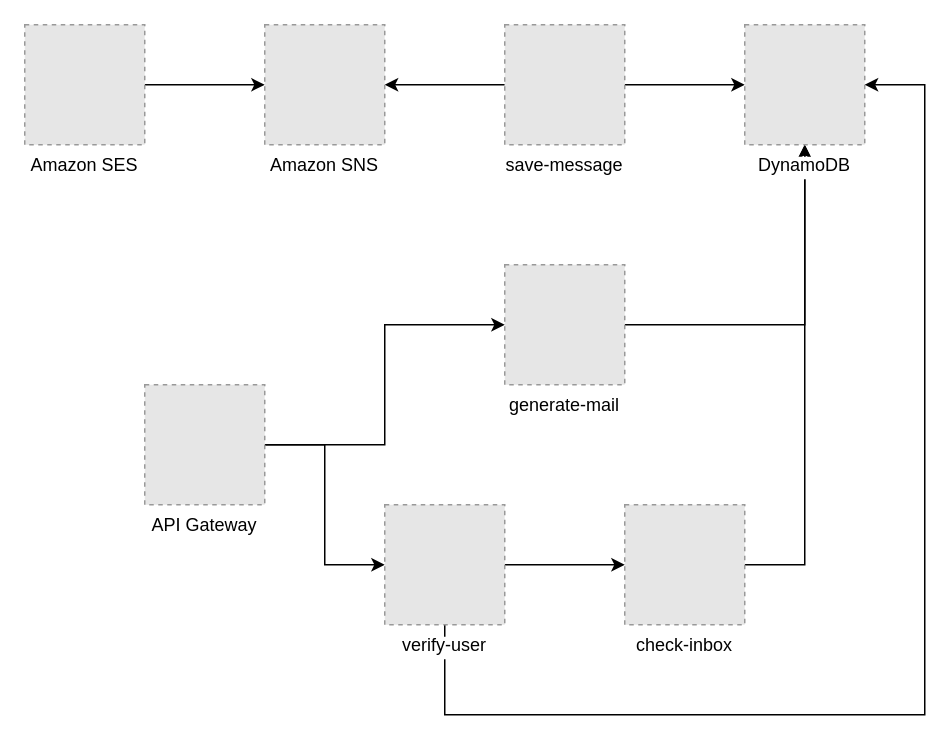
This is assets/aws-diagram.drawio from meirdev/temp-mail, a draw.io file, before an edit. Source tidied: cells renumbered, new cells numbered last; positions are measured from the earlier drawing's top-left corner, leaving out a move shared by most shapes. Both pictures are drawn from the tidied source at 150%, with x=0, y=0 at pixel (24, 24). Pictures stored in the file or linked from it are replaced by grey dashed boxes.
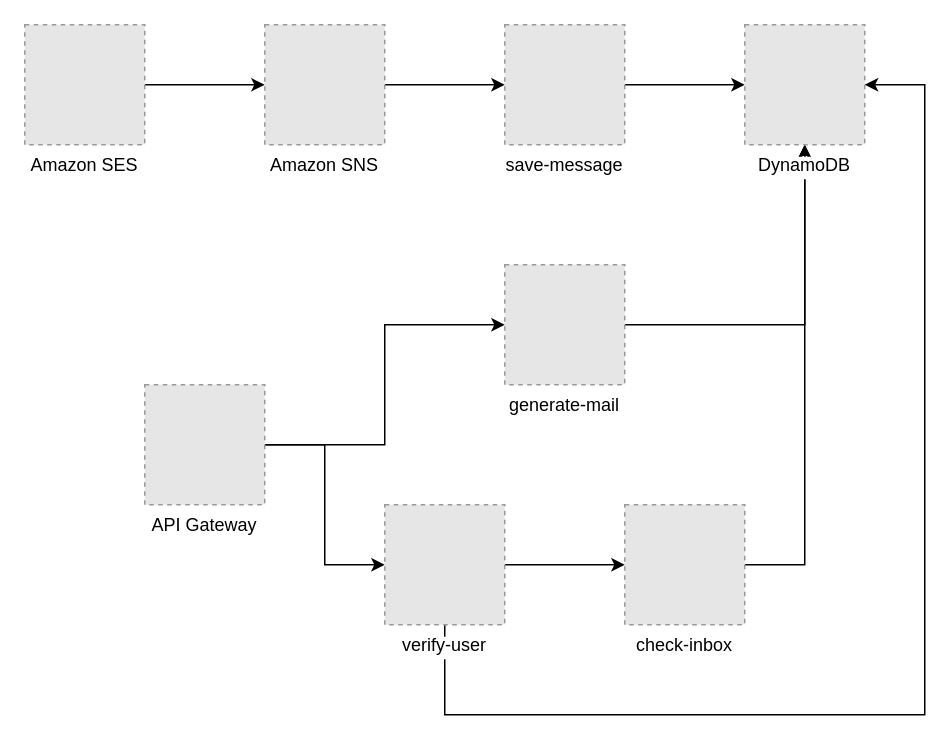
The same page after the edit.

The change refers to these unchanged cells:
```xml
<mxCell id="6" value="save-message&#10;" style="fillColor=#E6E6E6;strokeColor=#999999;dashed=1;verticalLabelPosition=bottom;labelBackgroundColor=default;verticalAlign=top;" parent="1" vertex="1">
  <mxGeometry x="320" width="80" height="80" as="geometry" />
</mxCell>
<mxCell id="18" value="Amazon SNS" style="fillColor=#E6E6E6;strokeColor=#999999;dashed=1;verticalLabelPosition=bottom;labelBackgroundColor=default;verticalAlign=top;" parent="1" vertex="1">
  <mxGeometry x="160" width="80" height="80" as="geometry" />
</mxCell>
```

Diff of the diagram source:
```diff
@@
-<mxGraphModel background="#FFFFFF">
+<mxGraphModel>
@@
-    <mxCell id="5" style="edgeStyle=orthogonalEdgeStyle;rounded=0;jettySize=auto;html=1;exitX=0;exitY=0.5;exitDx=0;exitDy=0;entryX=1;entryY=0.5;entryDx=0;entryDy=0;" parent="1" edge="1" source="6" target="18">
-      <mxGeometry relative="1" as="geometry" />
-    </mxCell>
@@
+    <mxCell id="19" style="edgeStyle=none;html=1;exitX=1;exitY=0.5;exitDx=0;exitDy=0;entryX=0;entryY=0.5;entryDx=0;entryDy=0;" parent="1" edge="1" source="18" target="6">
+      <mxGeometry relative="1" as="geometry" />
+    </mxCell>
```
